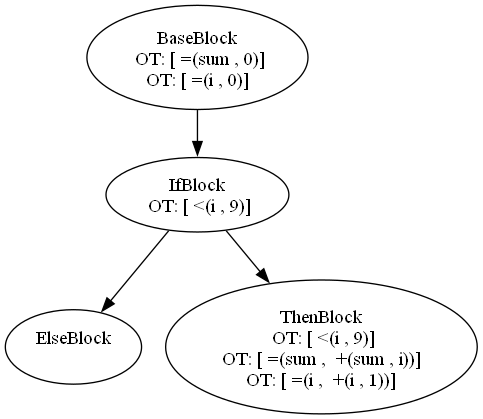
The Graphviz diagram cpoCompilerWin/cfgi0.dot.png in aveen007/CountingMonkeys, before a commit. Its source is kept beside it as cpoCompilerWin/cfgi0.dot.
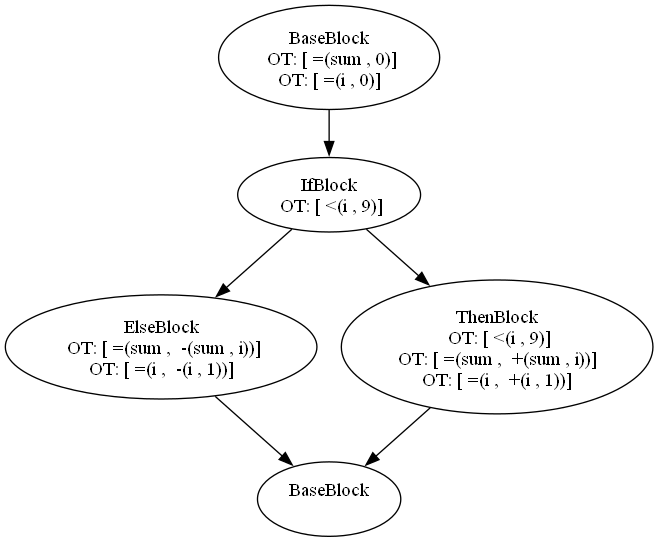
Later version of the same file.

What changed in the source:
```diff
@@ -1,15 +1,20 @@
 digraph G {
-    n000001BA8D60AA90 [label="BaseBlock\n OT: [ =(sum , 0)]
+    n000002377810AC50 [label="BaseBlock\n OT: [ =(sum , 0)]
 OT: [ =(i , 0)]
 "]
-    n000001BA8D60AA90 -> n000001BA8D60B190
-    n000001BA8D60B190 [label="IfBlock\n OT: [ <(i , 9)]
+    n000002377810AC50 -> n000002377810ABE0
+    n000002377810ABE0 [label="IfBlock\n OT: [ <(i , 9)]
 "]
-    n000001BA8D60A9B0 [label="ElseBlock\n "]
-    n000001BA8D60AE80 [label="ThenBlock\n OT: [ <(i , 9)]
+    n000002377810AF60 [label="ElseBlock\n OT: [ =(sum ,  -(sum , i))]
+OT: [ =(i ,  -(i , 1))]
+"]
+    n000002377810A9B0 [label="ThenBlock\n OT: [ <(i , 9)]
 OT: [ =(sum ,  +(sum , i))]
 OT: [ =(i ,  +(i , 1))]
 "]
-    n000001BA8D60B190 -> n000001BA8D60A9B0
-    n000001BA8D60B190 -> n000001BA8D60AE80
+    n000002377810ABE0 -> n000002377810AF60
+    n000002377810AF60 -> n000002377810A550
+    n000002377810ABE0 -> n000002377810A9B0
+    n000002377810A9B0 -> n000002377810A550
+    n000002377810A550 [label="BaseBlock\n "]
 }
```
